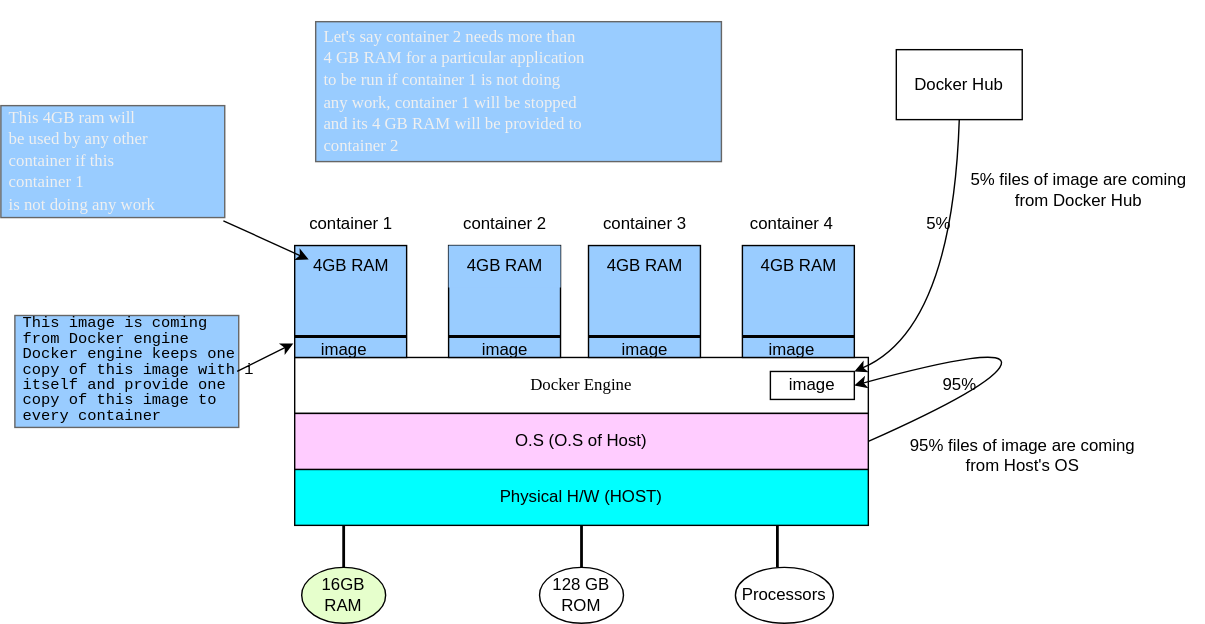
The draw.io diagram diagrams/OS_level_Virtualization.drawio.svg in pathakch/Docker, before a commit. Source tidied: cells renumbered, new cells last; positions are measured from the earlier drawing's top-left corner, leaving out a move shared by most shapes.
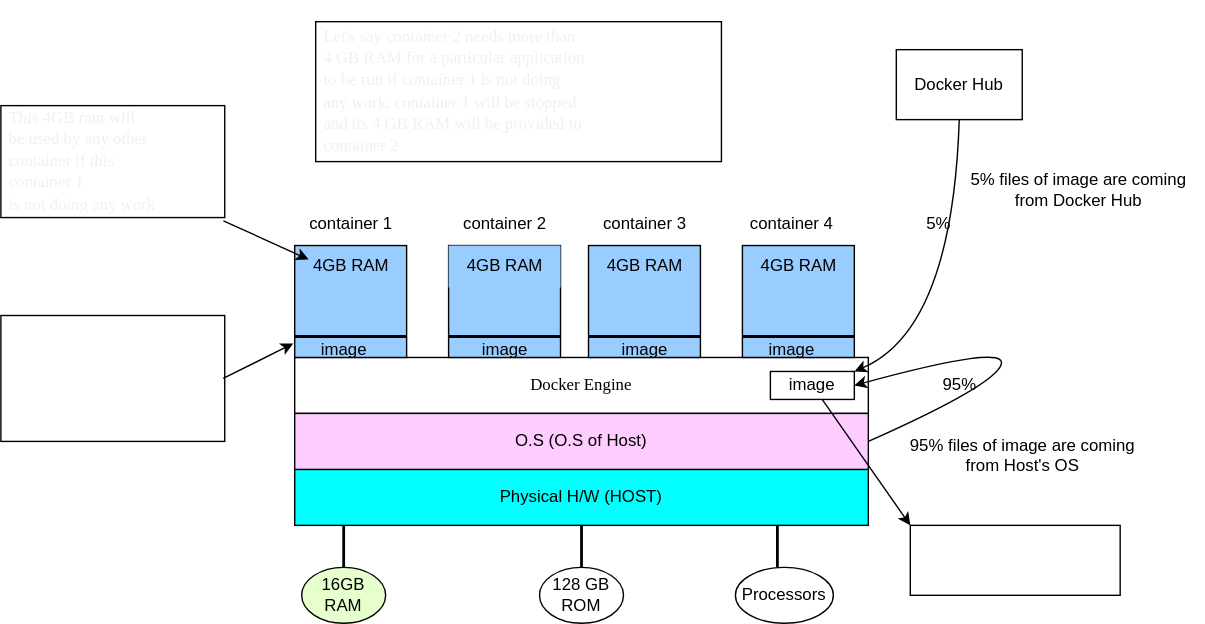
The same diagram one commit later.

Diff of the diagram source:
```diff
@@ -89,19 +89,19 @@
     <mxCell id="30" style="line;strokeWidth=2;direction=south;html=1;" parent="1" vertex="1">
       <mxGeometry x="550" y="360" width="10" height="30" as="geometry" />
     </mxCell>
-    <mxCell id="31" value="&lt;div style=&quot;font-size: 11px; line-height: 100%;&quot;&gt;&lt;font color=&quot;#000000&quot;&gt;This image is coming&amp;nbsp;&lt;br&gt;from Docker engine&lt;br&gt;Docker engine keeps one&lt;br&gt;copy of this image with i&lt;br&gt;itself and provide one&lt;br&gt;copy of this image to&lt;br&gt;every container&lt;/font&gt;&lt;/div&gt;" style="strokeWidth=1;shadow=0;dashed=0;align=left;html=1;shape=mxgraph.mockup.text.textBox;fontColor=#666666;align=left;fontSize=17;spacingLeft=4;spacingTop=-3;strokeColor=#666666;mainText=;fontFamily=Courier New;fillColor=#99CCFF;" parent="1" vertex="1">
-      <mxGeometry x="10" y="210" width="160" height="80" as="geometry" />
+    <mxCell id="31" value="&lt;div style=&quot;font-size: 11px; line-height: 100%;&quot;&gt;&lt;font face=&quot;Lucida Console&quot; color=&quot;#ffffff&quot;&gt;This image is coming&amp;nbsp;&lt;br&gt;from Docker engine&lt;br&gt;Docker engine keeps one&lt;br&gt;copy of this image with&amp;nbsp;&lt;br&gt;itself and provide one&lt;br&gt;copy of this image to&lt;br&gt;every container&lt;/font&gt;&lt;/div&gt;" style="strokeWidth=1;shadow=0;dashed=0;align=left;html=1;shape=mxgraph.mockup.text.textBox;align=left;fontSize=17;spacingLeft=4;spacingTop=-3;mainText=;fontFamily=Courier New;" parent="1" vertex="1">
+      <mxGeometry y="210" width="160" height="90" as="geometry" />
     </mxCell>
     <mxCell id="32" style="endArrow=classic;html=1;fontFamily=Courier New;fontSize=10;exitX=0.993;exitY=0.5;exitDx=0;exitDy=0;exitPerimeter=0;entryX=-0.012;entryY=0.875;entryDx=0;entryDy=0;entryPerimeter=0;" parent="1" edge="1" source="31" target="4">
       <mxGeometry relative="1" as="geometry" />
     </mxCell>
-    <mxCell id="33" value="&lt;p style=&quot;line-height: 80%;&quot;&gt;&lt;span style=&quot;color: rgb(240, 240, 240); font-size: 12px;&quot;&gt;This 4GB ram will&amp;nbsp;&lt;br&gt;be used by any other&lt;/span&gt;&lt;br style=&quot;color: rgb(240, 240, 240); font-size: 12px;&quot;&gt;&lt;span style=&quot;color: rgb(240, 240, 240); font-size: 12px;&quot;&gt;container if this &lt;br&gt;container 1&lt;br&gt;is not doing any work&lt;/span&gt;&lt;/p&gt;" style="strokeWidth=1;shadow=0;dashed=0;align=left;html=1;shape=mxgraph.mockup.text.textBox;fontColor=#666666;align=left;fontSize=17;spacingLeft=4;spacingTop=-3;strokeColor=#666666;mainText=;fontFamily=Lucida Console;fillColor=#99CCFF;" parent="1" vertex="1">
+    <mxCell id="33" value="&lt;p style=&quot;line-height: 80%;&quot;&gt;&lt;span style=&quot;color: rgb(240, 240, 240); font-size: 12px;&quot;&gt;This 4GB ram will&amp;nbsp;&lt;br&gt;be used by any other&lt;/span&gt;&lt;br style=&quot;color: rgb(240, 240, 240); font-size: 12px;&quot;&gt;&lt;span style=&quot;color: rgb(240, 240, 240); font-size: 12px;&quot;&gt;container if this &lt;br&gt;container 1&lt;br&gt;is not doing any work&lt;/span&gt;&lt;/p&gt;" style="strokeWidth=1;shadow=0;dashed=0;align=left;html=1;shape=mxgraph.mockup.text.textBox;align=left;fontSize=17;spacingLeft=4;spacingTop=-3;mainText=;fontFamily=Lucida Console;" parent="1" vertex="1">
       <mxGeometry y="60" width="160" height="80" as="geometry" />
     </mxCell>
     <mxCell id="34" style="endArrow=classic;html=1;fontFamily=Lucida Console;fontSize=10;exitX=0.994;exitY=1.029;exitDx=0;exitDy=0;exitPerimeter=0;entryX=0.125;entryY=0.333;entryDx=0;entryDy=0;entryPerimeter=0;" parent="1" edge="1" source="33" target="13">
       <mxGeometry relative="1" as="geometry" />
     </mxCell>
-    <mxCell id="35" value="&lt;p style=&quot;line-height: 80%;&quot;&gt;&lt;span style=&quot;color: rgb(240, 240, 240); font-size: 12px; text-align: center;&quot;&gt;Let's say container 2 needs more than &lt;br&gt;4 GB&amp;nbsp;&lt;/span&gt;&lt;span style=&quot;color: rgb(240, 240, 240); font-size: 12px; text-align: center;&quot;&gt;RAM for a particular&amp;nbsp;application &lt;br&gt;to be run&amp;nbsp;&lt;/span&gt;&lt;span style=&quot;color: rgb(240, 240, 240); font-size: 12px; text-align: center;&quot;&gt;if container 1 is not doing &lt;br&gt;any work, container 1&amp;nbsp;&lt;/span&gt;&lt;span style=&quot;color: rgb(240, 240, 240); font-size: 12px; text-align: center;&quot;&gt;will be stopped&lt;br&gt;and its 4 GB RAM will be provided to&amp;nbsp;&lt;br&gt;container 2&amp;nbsp;&lt;/span&gt;&lt;/p&gt;" style="strokeWidth=1;shadow=0;dashed=0;align=left;html=1;shape=mxgraph.mockup.text.textBox;fontColor=#666666;align=left;fontSize=17;spacingLeft=4;spacingTop=-3;strokeColor=#666666;mainText=;fontFamily=Lucida Console;fillColor=#99CCFF;" parent="1" vertex="1">
+    <mxCell id="35" value="&lt;p style=&quot;line-height: 80%;&quot;&gt;&lt;span style=&quot;color: rgb(240, 240, 240); font-size: 12px; text-align: center;&quot;&gt;Let's say container 2 needs more than &lt;br&gt;4 GB&amp;nbsp;&lt;/span&gt;&lt;span style=&quot;color: rgb(240, 240, 240); font-size: 12px; text-align: center;&quot;&gt;RAM for a particular&amp;nbsp;application &lt;br&gt;to be run&amp;nbsp;&lt;/span&gt;&lt;span style=&quot;color: rgb(240, 240, 240); font-size: 12px; text-align: center;&quot;&gt;if container 1 is not doing &lt;br&gt;any work, container 1&amp;nbsp;&lt;/span&gt;&lt;span style=&quot;color: rgb(240, 240, 240); font-size: 12px; text-align: center;&quot;&gt;will be stopped&lt;br&gt;and its 4 GB RAM will be provided to&amp;nbsp;&lt;br&gt;container 2&amp;nbsp;&lt;/span&gt;&lt;/p&gt;" style="strokeWidth=1;shadow=0;dashed=0;align=left;html=1;shape=mxgraph.mockup.text.textBox;align=left;fontSize=17;spacingLeft=4;spacingTop=-3;mainText=;fontFamily=Lucida Console;" parent="1" vertex="1">
       <mxGeometry x="225" width="290" height="100" as="geometry" />
     </mxCell>
     <mxCell id="36" value="image" style="rounded=0;whiteSpace=wrap;html=1;" parent="1" vertex="1">
@@ -137,5 +137,11 @@
     <mxCell id="43" value="5%" style="text;html=1;align=center;verticalAlign=middle;strokeColor=none;fillColor=none;" parent="1" vertex="1">
       <mxGeometry x="650" y="130" width="40" height="30" as="geometry" />
     </mxCell>
+    <mxCell id="44" value="&lt;span style=&quot;color: rgb(255, 255, 255);&quot;&gt;This image&amp;nbsp;&lt;/span&gt;&lt;span style=&quot;color: rgb(255, 255, 255);&quot;&gt;contains only the&amp;nbsp;&lt;/span&gt;&lt;span style=&quot;color: rgb(255, 255, 255);&quot;&gt;files to create OS&lt;/span&gt;" style="rounded=0;whiteSpace=wrap;html=1;fontFamily=Lucida Console;" parent="1" vertex="1">
+      <mxGeometry x="650" y="360" width="150" height="50" as="geometry" />
+    </mxCell>
+    <mxCell id="45" style="endArrow=classic;html=1;fontFamily=Lucida Console;fontColor=#FFFFFF;entryX=0;entryY=0;entryDx=0;entryDy=0;" parent="1" edge="1" source="36" target="44">
+      <mxGeometry relative="1" as="geometry" />
+    </mxCell>
   </root>
 </mxGraphModel>
```
